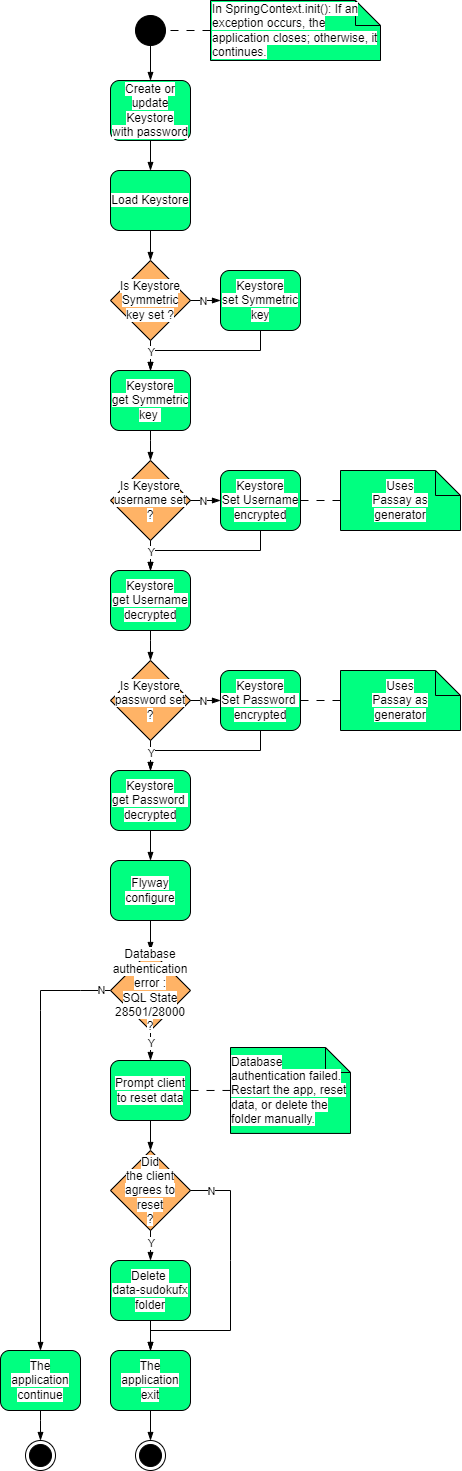
Lob2018/SudoFX2024 keeps this draw.io diagram as .myresources/design_and_modeling/uml/activity/keystore.invalid.authorization.png. Above is the earlier version. Source tidied: cells renumbered, new cells last; positions are measured from the earlier drawing's top-left corner, leaving out a move shared by most shapes.
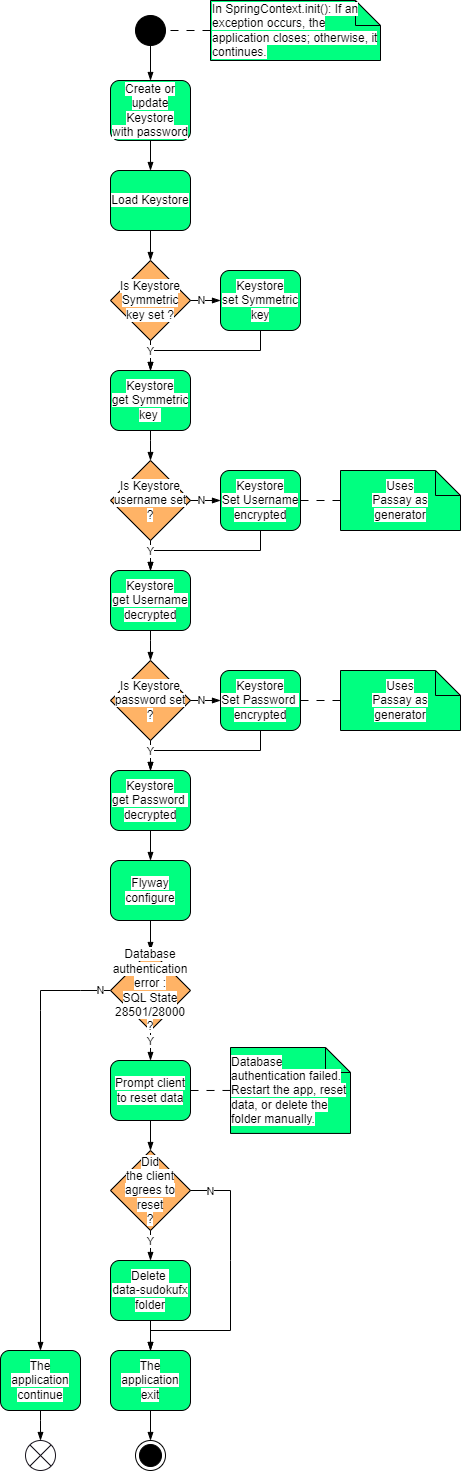
The same diagram one commit later.

Commit message:
refactor UML activity invalid.authorization : update UML diagram to clarify process termination with flow final node

Change to the diagram source:
```diff
@@ -230,7 +230,7 @@
     <mxCell id="60" value="&lt;span style=&quot;background-color: rgb(255, 255, 255);&quot;&gt;&lt;font color=&quot;#000000&quot;&gt;The application&lt;br&gt;continue&lt;br&gt;&lt;/font&gt;&lt;/span&gt;" style="rounded=1;whiteSpace=wrap;html=1;fillColor=#00FF80;strokeColor=#000000;glass=0;" parent="1" vertex="1">
       <mxGeometry y="1350" width="80" height="60" as="geometry" />
     </mxCell>
-    <mxCell id="61" style="edgeStyle=none;html=1;strokeColor=#000000;endArrow=blockThin;endFill=1;rounded=0;exitX=0.5;exitY=1;exitDx=0;exitDy=0;entryX=0.5;entryY=0;entryDx=0;entryDy=0;" parent="1" edge="1" source="60" target="63">
+    <mxCell id="61" style="edgeStyle=none;html=1;strokeColor=#000000;endArrow=blockThin;endFill=1;rounded=0;exitX=0.5;exitY=1;exitDx=0;exitDy=0;entryX=0.5;entryY=0;entryDx=0;entryDy=0;" parent="1" edge="1" source="60" target="65">
       <mxGeometry relative="1" as="geometry">
         <Array as="points">
           <mxPoint x="40" y="1420" />
@@ -240,11 +240,11 @@
     <mxCell id="62" value="&lt;font color=&quot;#000000&quot;&gt;&lt;span style=&quot;background-color: rgb(255, 255, 255);&quot;&gt;Database authentication error :&lt;br&gt;SQL State 28501/28000&lt;br&gt;?&lt;/span&gt;&lt;/font&gt;" style="rhombus;whiteSpace=wrap;html=1;fillColor=#FFB366;strokeColor=#000000;" parent="1" vertex="1">
       <mxGeometry x="110" y="950" width="80" height="80" as="geometry" />
     </mxCell>
-    <mxCell id="63" style="ellipse;html=1;shape=endState;fillColor=strokeColor;strokeColor=#000000;" parent="1" vertex="1">
-      <mxGeometry x="25" y="1440" width="30" height="30" as="geometry" />
-    </mxCell>
     <mxCell id="64" value="&lt;font style=&quot;background-color: rgb(255, 255, 255);&quot; color=&quot;#000000&quot;&gt;Uses&lt;br&gt;Passay as&lt;br&gt;generator&lt;/font&gt;" style="shape=note2;boundedLbl=1;whiteSpace=wrap;html=1;size=25;verticalAlign=middle;align=center;rounded=1;strokeColor=#000000;fillColor=#00FF80;" parent="1" vertex="1">
       <mxGeometry x="340" y="670" width="120" height="60" as="geometry" />
     </mxCell>
+    <mxCell id="65" style="shape=sumEllipse;perimeter=ellipsePerimeter;whiteSpace=wrap;html=1;backgroundOutline=1;fillColor=#FFFFFF;strokeColor=#18141D;" parent="1" vertex="1">
+      <mxGeometry x="25" y="1440" width="30" height="30" as="geometry" />
+    </mxCell>
   </root>
 </mxGraphModel>
```
